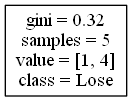
Above: DecisionTrees/Mountain Westdecision_tree_no_score_or_attendance9.png in alexana-steck/CSE482Project (Graphviz), before the change. Its source is kept beside it as DecisionTrees/Mountain Westdecision_tree_no_score_or_attendance9.dot. Source of this version:
```dot
digraph Tree {
node [shape=box] ;
0 [label="gini = 0.32\nsamples = 5\nvalue = [1, 4]\nclass = Lose"] ;
}
```
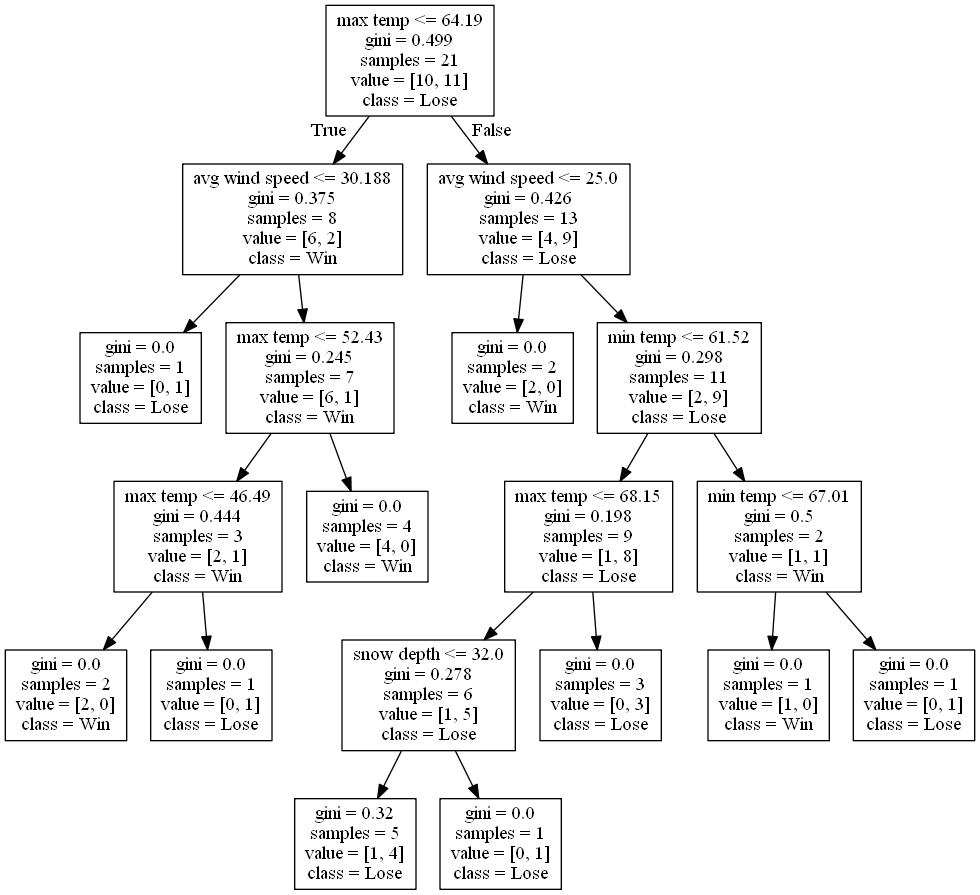
The same diagram one commit later.

Change to the diagram source:
```diff
@@ -1,4 +1,40 @@
 digraph Tree {
 node [shape=box] ;
-0 [label="gini = 0.32\nsamples = 5\nvalue = [1, 4]\nclass = Lose"] ;
+0 [label="max temp <= 64.19\ngini = 0.499\nsamples = 21\nvalue = [10, 11]\nclass = Lose"] ;
+1 [label="avg wind speed <= 30.188\ngini = 0.375\nsamples = 8\nvalue = [6, 2]\nclass = Win"] ;
+0 -> 1 [labeldistance=2.5, labelangle=45, headlabel="True"] ;
+2 [label="gini = 0.0\nsamples = 1\nvalue = [0, 1]\nclass = Lose"] ;
+1 -> 2 ;
+3 [label="max temp <= 52.43\ngini = 0.245\nsamples = 7\nvalue = [6, 1]\nclass = Win"] ;
+1 -> 3 ;
+4 [label="max temp <= 46.49\ngini = 0.444\nsamples = 3\nvalue = [2, 1]\nclass = Win"] ;
+3 -> 4 ;
+5 [label="gini = 0.0\nsamples = 2\nvalue = [2, 0]\nclass = Win"] ;
+4 -> 5 ;
+6 [label="gini = 0.0\nsamples = 1\nvalue = [0, 1]\nclass = Lose"] ;
+4 -> 6 ;
+7 [label="gini = 0.0\nsamples = 4\nvalue = [4, 0]\nclass = Win"] ;
+3 -> 7 ;
+8 [label="avg wind speed <= 25.0\ngini = 0.426\nsamples = 13\nvalue = [4, 9]\nclass = Lose"] ;
+0 -> 8 [labeldistance=2.5, labelangle=-45, headlabel="False"] ;
+9 [label="gini = 0.0\nsamples = 2\nvalue = [2, 0]\nclass = Win"] ;
+8 -> 9 ;
+10 [label="min temp <= 61.52\ngini = 0.298\nsamples = 11\nvalue = [2, 9]\nclass = Lose"] ;
+8 -> 10 ;
+11 [label="max temp <= 68.15\ngini = 0.198\nsamples = 9\nvalue = [1, 8]\nclass = Lose"] ;
+10 -> 11 ;
+12 [label="snow depth <= 32.0\ngini = 0.278\nsamples = 6\nvalue = [1, 5]\nclass = Lose"] ;
+11 -> 12 ;
+13 [label="gini = 0.32\nsamples = 5\nvalue = [1, 4]\nclass = Lose"] ;
+12 -> 13 ;
+14 [label="gini = 0.0\nsamples = 1\nvalue = [0, 1]\nclass = Lose"] ;
+12 -> 14 ;
+15 [label="gini = 0.0\nsamples = 3\nvalue = [0, 3]\nclass = Lose"] ;
+11 -> 15 ;
+16 [label="min temp <= 67.01\ngini = 0.5\nsamples = 2\nvalue = [1, 1]\nclass = Win"] ;
+10 -> 16 ;
+17 [label="gini = 0.0\nsamples = 1\nvalue = [1, 0]\nclass = Win"] ;
+16 -> 17 ;
+18 [label="gini = 0.0\nsamples = 1\nvalue = [0, 1]\nclass = Lose"] ;
+16 -> 18 ;
 }
```
